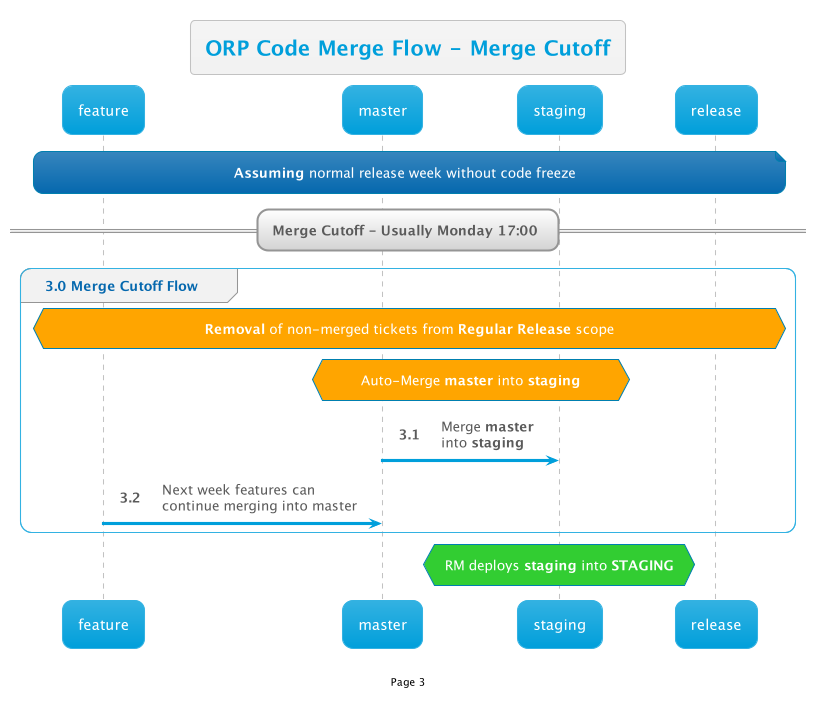
The PlantUML diagram out/RegularRelease/CodeMergeFlow/3/3.png in thetomitomo/diagrams, before a commit.
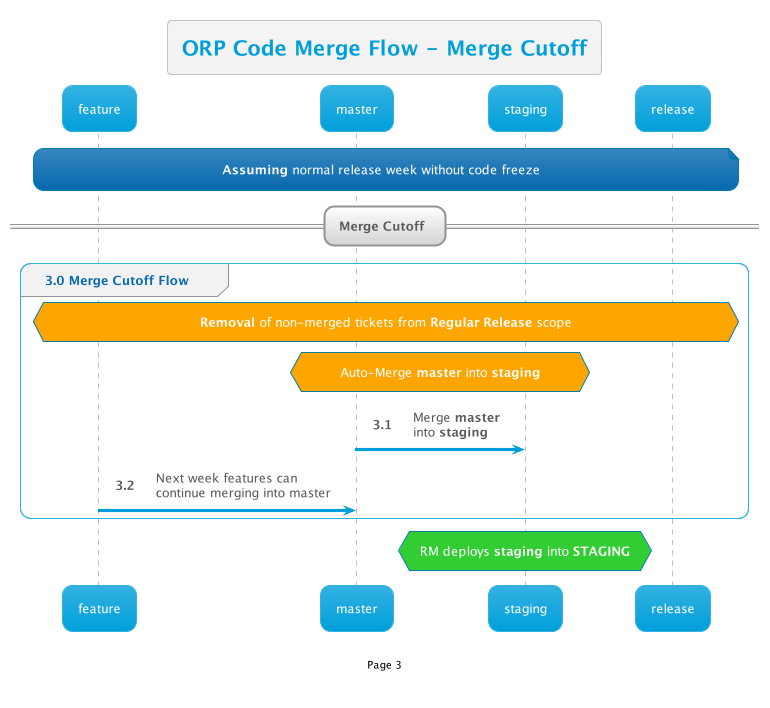
Later version of the same file.

The edit, as a diff of the source:
```diff
@@ -6,7 +6,7 @@
 
 note over feature,release: <b>Assuming</b> normal release week without code freeze
 
-== Merge Cutoff - Usually Monday 17:00 ==
+== Merge Cutoff ==
 
 group 3.0 Merge Cutoff Flow
     hnote over feature,release #Orange: <b>Removal</b> of non-merged tickets from <b>Regular Release</b> scope
```
